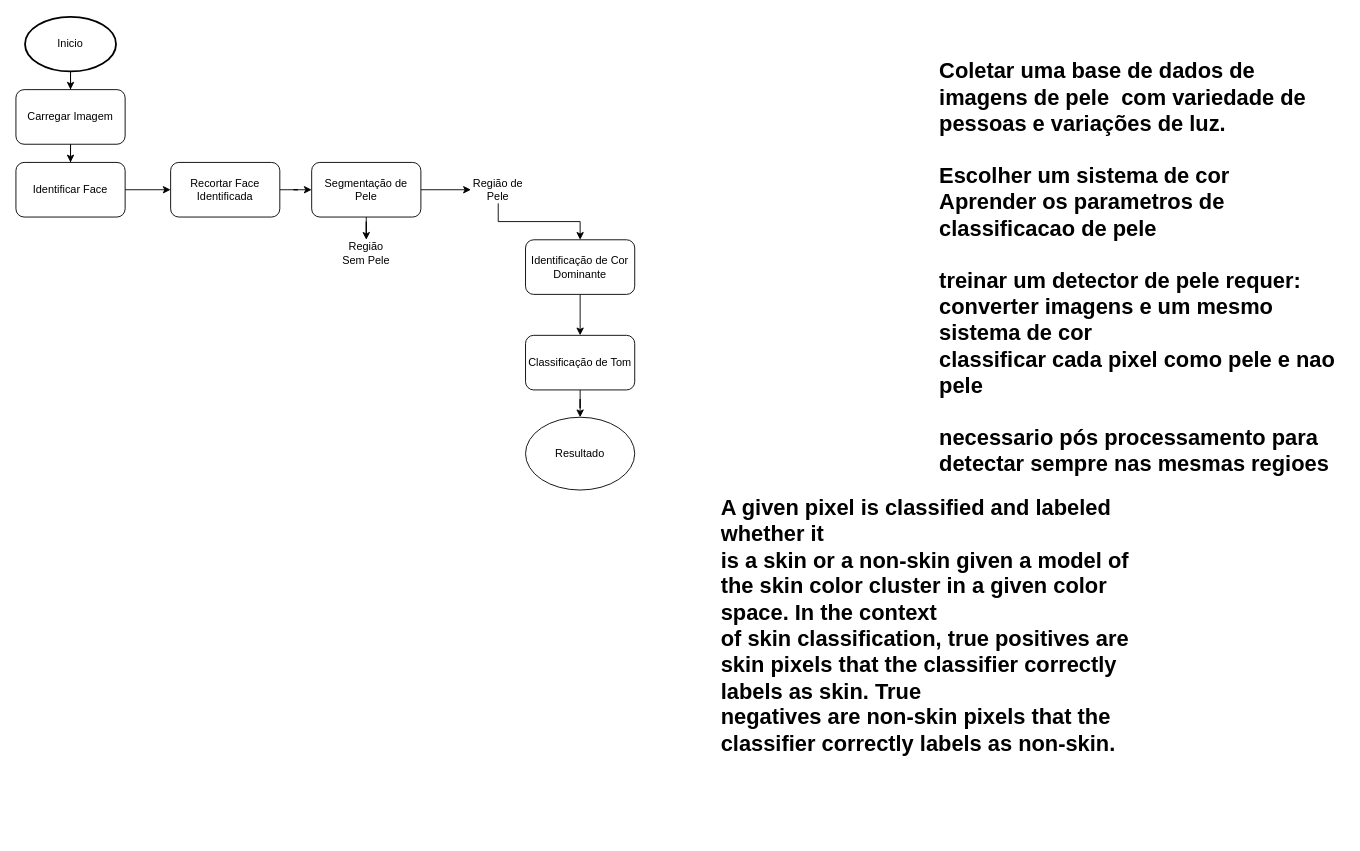
Before: Untitled Diagram.drawio in vittoria-thomasini/Extract_skintone_image, a draw.io diagram. Source tidied: cells renumbered, new cells numbered last; positions are measured from the earlier drawing's top-left corner, leaving out a move shared by most shapes. Both pictures are drawn from the tidied source at 91%, with x=0, y=0 at pixel (15, 16).
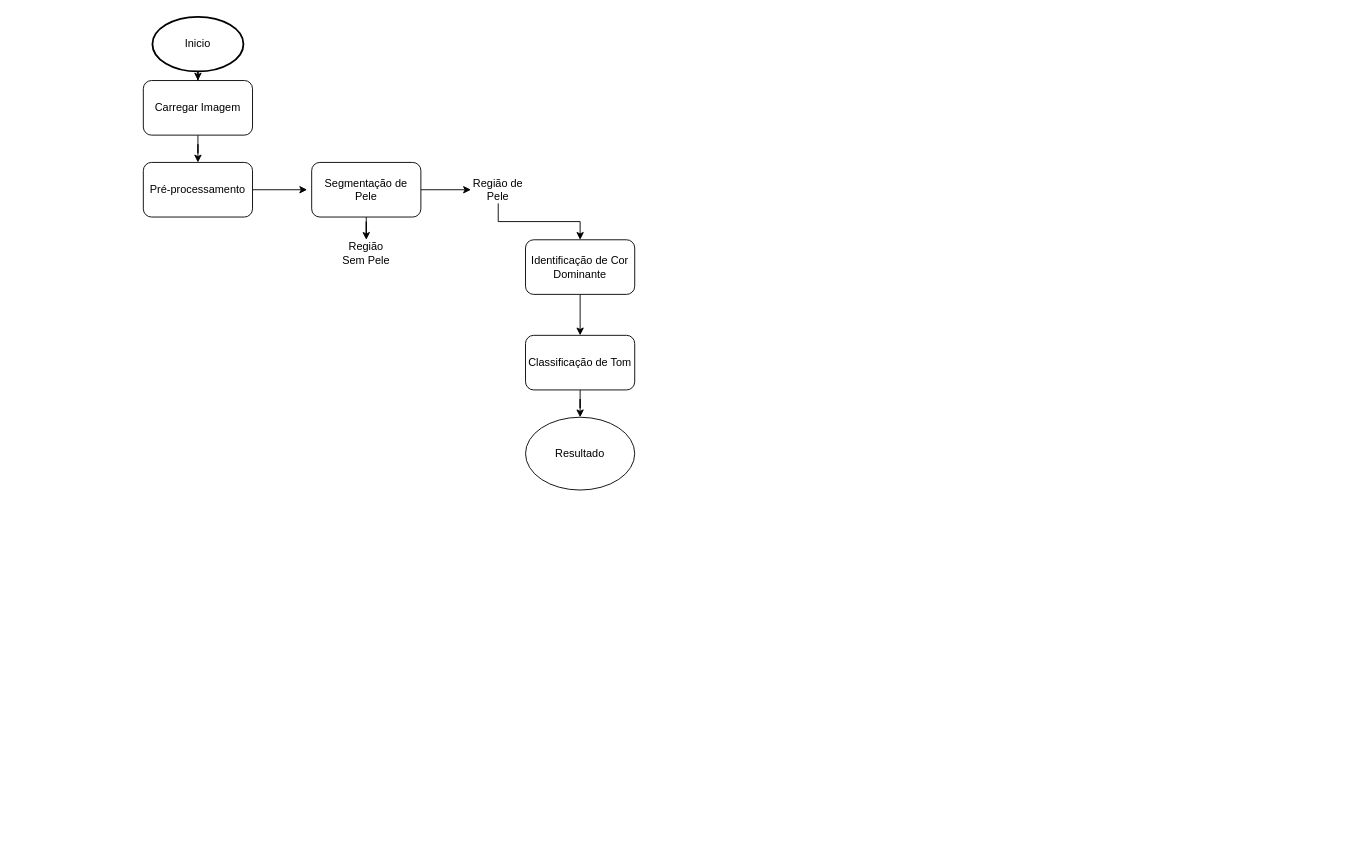
The same page after the edit.

Unchanged cells that the change refers to:
```xml
<mxCell id="12" value="Segmentação de Pele" style="rounded=1;whiteSpace=wrap;html=1;" parent="1" vertex="1">
  <mxGeometry x="325" y="160" width="120" height="60" as="geometry" />
</mxCell>
```

Diff of the diagram source:
```diff
@@
     <mxCell id="3" value="Inicio" style="strokeWidth=2;html=1;shape=mxgraph.flowchart.start_1;whiteSpace=wrap;" parent="1" vertex="1">
-      <mxGeometry x="10" width="100" height="60" as="geometry" />
+      <mxGeometry x="150" width="100" height="60" as="geometry" />
     </mxCell>
@@
     <mxCell id="5" value="Carregar Imagem" style="rounded=1;whiteSpace=wrap;html=1;" parent="1" vertex="1">
-      <mxGeometry y="80" width="120" height="60" as="geometry" />
+      <mxGeometry x="140" y="70" width="120" height="60" as="geometry" />
     </mxCell>
-    <mxCell id="6" style="edgeStyle=orthogonalEdgeStyle;rounded=0;jettySize=auto;html=1;" parent="1" edge="1" source="7" target="9">
-      <mxGeometry relative="1" as="geometry" />
+    <mxCell id="6" style="edgeStyle=orthogonalEdgeStyle;rounded=0;jettySize=auto;html=1;" parent="1" edge="1" source="7">
+      <mxGeometry relative="1" as="geometry">
+        <mxPoint x="320" y="190" as="targetPoint" />
+        <Array as="points">
+          <mxPoint x="145" y="190" />
+          <mxPoint x="145" y="191" />
+        </Array>
+      </mxGeometry>
     </mxCell>
-    <mxCell id="7" value="Identificar Face" style="rounded=1;whiteSpace=wrap;html=1;" parent="1" vertex="1">
-      <mxGeometry y="160" width="120" height="60" as="geometry" />
+    <mxCell id="7" value="Pré-processamento" style="rounded=1;whiteSpace=wrap;html=1;" parent="1" vertex="1">
+      <mxGeometry x="140" y="160" width="120" height="60" as="geometry" />
     </mxCell>
-    <mxCell id="8" style="edgeStyle=orthogonalEdgeStyle;rounded=0;jettySize=auto;html=1;" parent="1" edge="1" source="9" target="12">
-      <mxGeometry relative="1" as="geometry" />
-    </mxCell>
-    <mxCell id="9" value="Recortar Face Identificada" style="rounded=1;whiteSpace=wrap;html=1;" parent="1" vertex="1">
-      <mxGeometry x="170" y="160" width="120" height="60" as="geometry" />
-    </mxCell>
@@
-    <mxCell id="16" value="&lt;h1&gt;Coletar uma base de dados de imagens de pele&amp;nbsp; com variedade de pessoas e variações de luz.&lt;br&gt;&lt;br&gt;Escolher um sistema de cor&lt;br&gt;Aprender os parametros de classificacao de pele&lt;br&gt;&lt;br&gt;treinar um detector de pele requer:&lt;br&gt;converter imagens e um mesmo sistema de cor&amp;nbsp;&lt;br&gt;classificar cada pixel como pele e nao pele&amp;nbsp;&lt;br&gt;&lt;br&gt;necessario pós processamento para detectar sempre nas mesmas regioes&lt;br&gt;&lt;br&gt;&lt;br&gt;&lt;br&gt;&lt;/h1&gt;" style="text;html=1;strokeColor=none;fillColor=none;spacing=5;spacingTop=-20;whiteSpace=wrap;overflow=hidden;rounded=0;" parent="1" vertex="1">
-      <mxGeometry x="1010" y="40" width="450" height="480" as="geometry" />
-    </mxCell>
-    <mxCell id="17" value="&lt;h1&gt;A given pixel is classified and labeled whether it&lt;br/&gt;is a skin or a non-skin given a model of the skin color cluster in a given color space. In the context&lt;br/&gt;of skin classification, true positives are skin pixels that the classifier correctly labels as skin. True&lt;br/&gt;negatives are non-skin pixels that the classifier correctly labels as non-skin.&lt;br&gt;&lt;/h1&gt;" style="text;html=1;strokeColor=none;fillColor=none;spacing=5;spacingTop=-20;whiteSpace=wrap;overflow=hidden;rounded=0;" parent="1" vertex="1">
-      <mxGeometry x="770" y="520" width="480" height="380" as="geometry" />
-    </mxCell>
```
